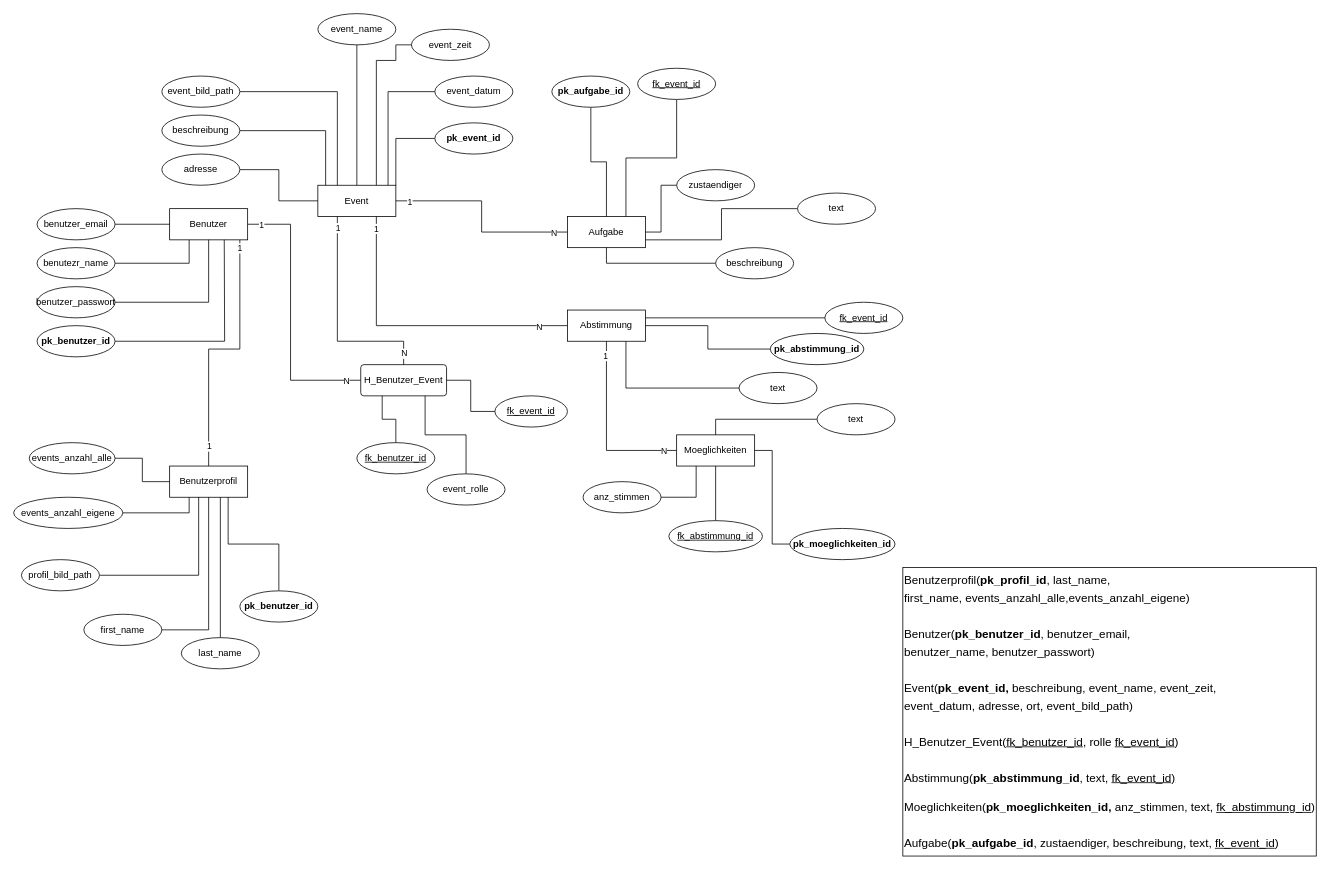
Above: page "ER-Modell" (1 of 2) of Diagramme.drawio in olisonsturm/eventplaner (draw.io), before the change. Source tidied: cells renumbered, new cells numbered last; positions are measured from the earlier drawing's top-left corner, leaving out a move shared by most shapes. Both pictures are drawn from the tidied source at 78%, with x=0, y=0 at pixel (13, 13).
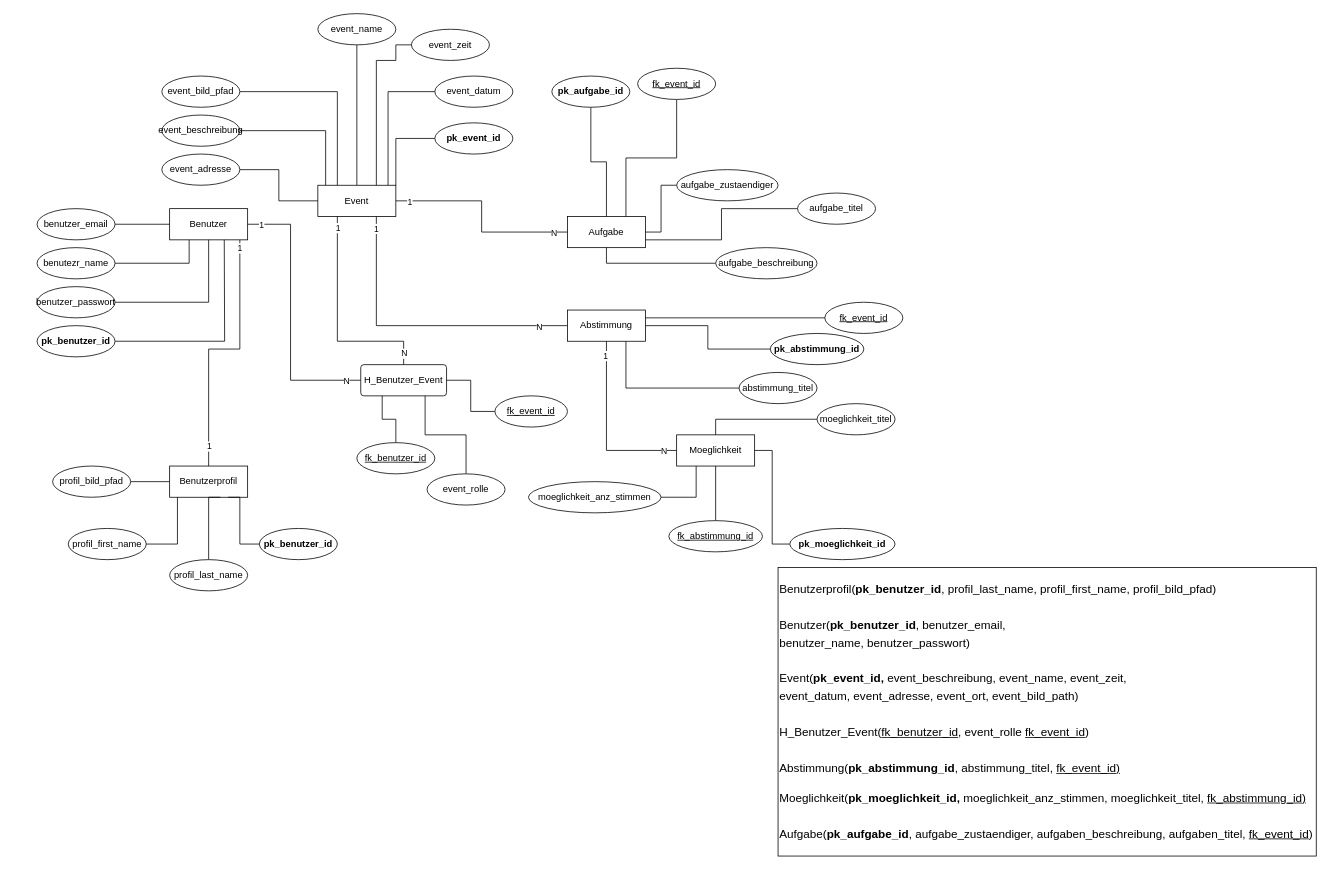
The same page after the edit.

Unchanged cells that the change refers to:
```xml
<mxCell id="14" value="Benutzerprofil" style="whiteSpace=wrap;html=1;align=center;" parent="1" vertex="1">
  <mxGeometry x="200" y="580" width="100" height="40" as="geometry" />
</mxCell>
```

What changed in the source:
```diff
@@
-    <mxCell id="15" style="edgeStyle=orthogonalEdgeStyle;rounded=0;jettySize=auto;html=1;entryX=0;entryY=0.5;entryDx=0;entryDy=0;endArrow=none;endFill=0;" parent="1" edge="1" source="16" target="14">
-      <mxGeometry relative="1" as="geometry" />
-    </mxCell>
-    <mxCell id="16" value="events_anzahl_alle" style="ellipse;whiteSpace=wrap;html=1;align=center;" parent="1" vertex="1">
-      <mxGeometry x="20" y="550" width="110" height="40" as="geometry" />
-    </mxCell>
     <mxCell id="17" style="edgeStyle=orthogonalEdgeStyle;rounded=0;jettySize=auto;html=1;entryX=0.75;entryY=1;entryDx=0;entryDy=0;endArrow=none;endFill=0;" parent="1" edge="1" source="18" target="14">
-      <mxGeometry relative="1" as="geometry" />
+      <mxGeometry relative="1" as="geometry">
+        <Array as="points">
+          <mxPoint x="290" y="680" />
+          <mxPoint x="290" y="620" />
+        </Array>
+      </mxGeometry>
     </mxCell>
     <mxCell id="18" value="&lt;b&gt;pk_benutzer_id&lt;/b&gt;" style="ellipse;whiteSpace=wrap;html=1;align=center;" parent="1" vertex="1">
-      <mxGeometry x="290" y="740" width="100" height="40" as="geometry" />
+      <mxGeometry x="315" y="660" width="100" height="40" as="geometry" />
     </mxCell>
-    <mxCell id="19" style="edgeStyle=orthogonalEdgeStyle;rounded=0;jettySize=auto;html=1;entryX=0.25;entryY=1;entryDx=0;entryDy=0;endArrow=none;endFill=0;" parent="1" edge="1" source="20" target="14">
-      <mxGeometry relative="1" as="geometry" />
-    </mxCell>
-    <mxCell id="20" value="events_anzahl_eigene" style="ellipse;whiteSpace=wrap;html=1;align=center;" parent="1" vertex="1">
-      <mxGeometry y="620" width="140" height="40" as="geometry" />
-    </mxCell>
-    <mxCell id="21" style="edgeStyle=orthogonalEdgeStyle;rounded=0;jettySize=auto;html=1;entryX=0.372;entryY=0.991;entryDx=0;entryDy=0;entryPerimeter=0;endArrow=none;endFill=0;" parent="1" edge="1" source="22" target="14">
-      <mxGeometry relative="1" as="geometry" />
+    <mxCell id="21" style="edgeStyle=orthogonalEdgeStyle;rounded=0;jettySize=auto;html=1;endArrow=none;endFill=0;" parent="1" edge="1" source="22">
+      <mxGeometry relative="1" as="geometry">
+        <mxPoint x="200" y="600" as="targetPoint" />
+        <Array as="points">
+          <mxPoint x="150" y="600" />
+          <mxPoint x="150" y="600" />
+        </Array>
+      </mxGeometry>
     </mxCell>
-    <mxCell id="22" value="profil_bild_path" style="ellipse;whiteSpace=wrap;html=1;align=center;" parent="1" vertex="1">
-      <mxGeometry x="10" y="700" width="100" height="40" as="geometry" />
+    <mxCell id="22" value="profil_bild_pfad" style="ellipse;whiteSpace=wrap;html=1;align=center;" parent="1" vertex="1">
+      <mxGeometry x="50" y="580" width="100" height="40" as="geometry" />
     </mxCell>
-    <mxCell id="23" style="edgeStyle=orthogonalEdgeStyle;rounded=0;jettySize=auto;html=1;entryX=0.5;entryY=1;entryDx=0;entryDy=0;endArrow=none;endFill=0;" parent="1" edge="1" source="24" target="14">
-      <mxGeometry relative="1" as="geometry" />
+    <mxCell id="23" style="edgeStyle=orthogonalEdgeStyle;rounded=0;jettySize=auto;html=1;endArrow=none;endFill=0;" parent="1" edge="1" source="24">
+      <mxGeometry relative="1" as="geometry">
+        <mxPoint x="210" y="620" as="targetPoint" />
+        <Array as="points">
+          <mxPoint x="210" y="680" />
+          <mxPoint x="210" y="620" />
+        </Array>
+      </mxGeometry>
     </mxCell>
-    <mxCell id="24" value="first_name" style="ellipse;whiteSpace=wrap;html=1;align=center;" parent="1" vertex="1">
-      <mxGeometry x="90" y="770" width="100" height="40" as="geometry" />
+    <mxCell id="24" value="profil_first_name" style="ellipse;whiteSpace=wrap;html=1;align=center;" parent="1" vertex="1">
+      <mxGeometry x="70" y="660" width="100" height="40" as="geometry" />
     </mxCell>
     <mxCell id="25" style="edgeStyle=orthogonalEdgeStyle;rounded=0;jettySize=auto;html=1;entryX=0.65;entryY=1;entryDx=0;entryDy=0;entryPerimeter=0;endArrow=none;endFill=0;" parent="1" edge="1" source="26" target="14">
-      <mxGeometry relative="1" as="geometry" />
+      <mxGeometry relative="1" as="geometry">
+        <Array as="points">
+          <mxPoint x="250" y="620" />
+        </Array>
+      </mxGeometry>
     </mxCell>
-    <mxCell id="26" value="last_name" style="ellipse;whiteSpace=wrap;html=1;align=center;" parent="1" vertex="1">
-      <mxGeometry x="215" y="800" width="100" height="40" as="geometry" />
+    <mxCell id="26" value="profil_last_name" style="ellipse;whiteSpace=wrap;html=1;align=center;" parent="1" vertex="1">
+      <mxGeometry x="200" y="700" width="100" height="40" as="geometry" />
     </mxCell>
-    <mxCell id="27" style="edgeStyle=orthogonalEdgeStyle;rounded=0;orthogonalLoop=1;jettySize=auto;html=1;exitX=0.5;exitY=1;exitDx=0;exitDy=0;" parent="1" edge="1" source="16" target="16">
-      <mxGeometry relative="1" as="geometry" />
+    <mxCell id="27" style="edgeStyle=orthogonalEdgeStyle;rounded=0;orthogonalLoop=1;jettySize=auto;html=1;exitX=0.5;exitY=1;exitDx=0;exitDy=0;" parent="1" edge="1">
+      <mxGeometry relative="1" as="geometry">
+        <mxPoint x="75" y="590" as="sourcePoint" />
+        <mxPoint x="75" y="590" as="targetPoint" />
+      </mxGeometry>
     </mxCell>
@@
-    <mxCell id="40" value="adresse" style="ellipse;whiteSpace=wrap;html=1;align=center;" parent="1" vertex="1">
+    <mxCell id="40" value="event_adresse" style="ellipse;whiteSpace=wrap;html=1;align=center;" parent="1" vertex="1">
       <mxGeometry x="190" y="180" width="100" height="40" as="geometry" />
     </mxCell>
@@
-    <mxCell id="46" value="beschreibung" style="ellipse;whiteSpace=wrap;html=1;align=center;" parent="1" vertex="1">
+    <mxCell id="46" value="event_beschreibung" style="ellipse;whiteSpace=wrap;html=1;align=center;" parent="1" vertex="1">
       <mxGeometry x="190" y="130" width="100" height="40" as="geometry" />
     </mxCell>
@@
-    <mxCell id="48" value="event_bild_path" style="ellipse;whiteSpace=wrap;html=1;align=center;" parent="1" vertex="1">
+    <mxCell id="48" value="event_bild_pfad" style="ellipse;whiteSpace=wrap;html=1;align=center;" parent="1" vertex="1">
       <mxGeometry x="190" y="80" width="100" height="40" as="geometry" />
     </mxCell>
@@
-    <mxCell id="72" value="Moeglichkeiten" style="whiteSpace=wrap;html=1;align=center;" parent="1" vertex="1">
+    <mxCell id="72" value="Moeglichkeit" style="whiteSpace=wrap;html=1;align=center;" parent="1" vertex="1">
       <mxGeometry x="850" y="540" width="100" height="40" as="geometry" />
     </mxCell>
@@
-    <mxCell id="76" value="&lt;b&gt;pk_moeglichkeiten_id&lt;/b&gt;" style="ellipse;whiteSpace=wrap;html=1;align=center;" parent="1" vertex="1">
+    <mxCell id="76" value="&lt;b&gt;pk_moeglichkeit_id&lt;/b&gt;" style="ellipse;whiteSpace=wrap;html=1;align=center;" parent="1" vertex="1">
       <mxGeometry x="995" y="660" width="135" height="40" as="geometry" />
     </mxCell>
@@
-    <mxCell id="78" value="text" style="ellipse;whiteSpace=wrap;html=1;align=center;" parent="1" vertex="1">
+    <mxCell id="78" value="abstimmung_titel" style="ellipse;whiteSpace=wrap;html=1;align=center;" parent="1" vertex="1">
       <mxGeometry x="930" y="460" width="100" height="40" as="geometry" />
     </mxCell>
@@
-    <mxCell id="80" value="zustaendiger" style="ellipse;whiteSpace=wrap;html=1;align=center;" parent="1" vertex="1">
-      <mxGeometry x="850" y="200" width="100" height="40" as="geometry" />
+    <mxCell id="80" value="aufgabe_zustaendiger" style="ellipse;whiteSpace=wrap;html=1;align=center;" parent="1" vertex="1">
+      <mxGeometry x="850" y="200" width="130" height="40" as="geometry" />
     </mxCell>
@@
-    <mxCell id="82" value="text" style="ellipse;whiteSpace=wrap;html=1;align=center;" parent="1" vertex="1">
+    <mxCell id="82" value="aufgabe_titel" style="ellipse;whiteSpace=wrap;html=1;align=center;" parent="1" vertex="1">
       <mxGeometry x="1005" y="230" width="100" height="40" as="geometry" />
     </mxCell>
@@
-    <mxCell id="84" value="beschreibung" style="ellipse;whiteSpace=wrap;html=1;align=center;" parent="1" vertex="1">
-      <mxGeometry x="900" y="300" width="100" height="40" as="geometry" />
+    <mxCell id="84" value="aufgabe_beschreibung" style="ellipse;whiteSpace=wrap;html=1;align=center;" parent="1" vertex="1">
+      <mxGeometry x="900" y="300" width="130" height="40" as="geometry" />
     </mxCell>
@@
-    <mxCell id="86" value="anz_stimmen" style="ellipse;whiteSpace=wrap;html=1;align=center;" parent="1" vertex="1">
-      <mxGeometry x="730" y="600" width="100" height="40" as="geometry" />
+    <mxCell id="86" value="moeglichkeit_anz_stimmen" style="ellipse;whiteSpace=wrap;html=1;align=center;" parent="1" vertex="1">
+      <mxGeometry x="660" y="600" width="170" height="40" as="geometry" />
     </mxCell>
-    <mxCell id="87" value="&lt;pre style=&quot;font-size: 15px ; line-height: 140%&quot;&gt;&lt;font face=&quot;Helvetica&quot; style=&quot;font-size: 15px&quot;&gt;&lt;font style=&quot;font-size: 15px&quot;&gt;Benutzerprofil(&lt;b style=&quot;font-size: 15px&quot;&gt;pk_profil_id&lt;/b&gt;, last_name,&lt;br style=&quot;font-size: 15px&quot;&gt;&lt;/font&gt;&lt;font style=&quot;font-size: 15px&quot;&gt;first_name, events_anzahl_alle,events_anzahl_eigene) &lt;/font&gt;&lt;font style=&quot;font-size: 15px&quot;&gt;&lt;br style=&quot;font-size: 15px&quot;&gt;&lt;/font&gt;&lt;font style=&quot;font-size: 15px&quot;&gt;&lt;br style=&quot;font-size: 15px&quot;&gt;&lt;/font&gt;&lt;font style=&quot;font-size: 15px&quot;&gt;Benutzer(&lt;b style=&quot;font-size: 15px&quot;&gt;pk_benutzer_id&lt;/b&gt;, benutzer_email,&lt;br style=&quot;font-size: 15px&quot;&gt;&lt;/font&gt;&lt;span style=&quot;font-size: 15px&quot;&gt;benutzer_name, benutzer_passwort)&lt;/span&gt;&lt;font style=&quot;font-size: 15px&quot;&gt;&lt;br style=&quot;font-size: 15px&quot;&gt;&lt;/font&gt;&lt;font style=&quot;font-size: 15px&quot;&gt;&lt;br style=&quot;font-size: 15px&quot;&gt;&lt;/font&gt;&lt;font style=&quot;font-size: 15px&quot;&gt;Event(&lt;b style=&quot;font-size: 15px&quot;&gt;pk_event_id, &lt;/b&gt;beschreibung, event_name, event_zeit,&lt;br style=&quot;font-size: 15px&quot;&gt;&lt;/font&gt;&lt;font style=&quot;font-size: 15px&quot;&gt;event_datum, adresse, ort, event_bild_path)&lt;/font&gt;&lt;font style=&quot;font-size: 15px&quot;&gt;&lt;br style=&quot;font-size: 15px&quot;&gt;&lt;/font&gt;&lt;font style=&quot;font-size: 15px&quot;&gt;&lt;br style=&quot;font-size: 15px&quot;&gt;&lt;/font&gt;&lt;font style=&quot;font-size: 15px&quot;&gt;H_Benutzer_Event(&lt;u style=&quot;font-size: 15px&quot;&gt;fk_benutzer_id&lt;/u&gt;, rolle &lt;u style=&quot;font-size: 15px&quot;&gt;fk_event_id&lt;/u&gt;)&lt;/font&gt;&lt;font style=&quot;font-size: 15px&quot;&gt;&lt;br style=&quot;font-size: 15px&quot;&gt;&lt;/font&gt;&lt;font style=&quot;font-size: 15px&quot;&gt;&lt;br style=&quot;font-size: 15px&quot;&gt;&lt;/font&gt;&lt;font style=&quot;font-size: 15px&quot;&gt;Abstimmung(&lt;b style=&quot;font-size: 15px&quot;&gt;pk_abstimmung_id&lt;/b&gt;, text, &lt;u style=&quot;font-size: 15px&quot;&gt;fk_event_id)&lt;/u&gt;&lt;/font&gt;&lt;/font&gt;&lt;/pre&gt;&lt;pre style=&quot;font-size: 15px ; line-height: 140%&quot;&gt;&lt;font face=&quot;Helvetica&quot; style=&quot;font-size: 15px&quot;&gt;&lt;font style=&quot;font-size: 15px&quot;&gt;Moeglichkeiten(&lt;b style=&quot;font-size: 15px&quot;&gt;pk_moeglichkeiten_id, &lt;/b&gt;anz_stimmen, text, &lt;u style=&quot;font-size: 15px&quot;&gt;fk_abstimmung_id)&lt;br style=&quot;font-size: 15px&quot;&gt;&lt;/u&gt;&lt;/font&gt;&lt;font style=&quot;font-size: 15px&quot;&gt;&lt;br style=&quot;font-size: 15px&quot;&gt;&lt;/font&gt;&lt;font style=&quot;font-size: 15px&quot;&gt;Aufgabe(&lt;b style=&quot;font-size: 15px&quot;&gt;pk_aufgabe_id&lt;/b&gt;, zustaendiger, beschreibung, text, &lt;u style=&quot;font-size: 15px&quot;&gt;fk_event_id&lt;/u&gt;)&lt;/font&gt;&lt;/font&gt;&lt;/pre&gt;" style="whiteSpace=wrap;html=1;align=left;fontSize=15;rounded=0;shadow=0;sketch=0;" parent="1" vertex="1">
-      <mxGeometry x="1140" y="710" width="530" height="370" as="geometry" />
+    <mxCell id="87" value="&lt;pre style=&quot;font-size: 15px ; line-height: 140%&quot;&gt;&lt;font face=&quot;Helvetica&quot; style=&quot;font-size: 15px&quot;&gt;&lt;font style=&quot;font-size: 15px&quot;&gt;Benutzerprofil(&lt;b style=&quot;font-size: 15px&quot;&gt;pk_benutzer_id&lt;/b&gt;, profil_last_name, profil_&lt;/font&gt;&lt;font style=&quot;font-size: 15px&quot;&gt;first_name, profil_bild_pfad) &lt;/font&gt;&lt;font style=&quot;font-size: 15px&quot;&gt;&lt;br style=&quot;font-size: 15px&quot;&gt;&lt;/font&gt;&lt;font style=&quot;font-size: 15px&quot;&gt;&lt;br style=&quot;font-size: 15px&quot;&gt;&lt;/font&gt;&lt;font style=&quot;font-size: 15px&quot;&gt;Benutzer(&lt;b style=&quot;font-size: 15px&quot;&gt;pk_benutzer_id&lt;/b&gt;, benutzer_email,&lt;br style=&quot;font-size: 15px&quot;&gt;&lt;/font&gt;&lt;span style=&quot;font-size: 15px&quot;&gt;benutzer_name, benutzer_passwort)&lt;/span&gt;&lt;font style=&quot;font-size: 15px&quot;&gt;&lt;br style=&quot;font-size: 15px&quot;&gt;&lt;/font&gt;&lt;font style=&quot;font-size: 15px&quot;&gt;&lt;br style=&quot;font-size: 15px&quot;&gt;&lt;/font&gt;&lt;font style=&quot;font-size: 15px&quot;&gt;Event(&lt;b style=&quot;font-size: 15px&quot;&gt;pk_event_id, &lt;/b&gt;&lt;span style=&quot;font-size: 15px&quot;&gt;event_&lt;/span&gt;beschreibung, event_name, event_zeit,&lt;br style=&quot;font-size: 15px&quot;&gt;&lt;/font&gt;&lt;font style=&quot;font-size: 15px&quot;&gt;event_datum, event_adresse, event_ort, event_bild_path)&lt;/font&gt;&lt;font style=&quot;font-size: 15px&quot;&gt;&lt;br style=&quot;font-size: 15px&quot;&gt;&lt;/font&gt;&lt;font style=&quot;font-size: 15px&quot;&gt;&lt;br style=&quot;font-size: 15px&quot;&gt;&lt;/font&gt;&lt;font style=&quot;font-size: 15px&quot;&gt;H_Benutzer_Event(&lt;u style=&quot;font-size: 15px&quot;&gt;fk_benutzer_id&lt;/u&gt;, event_rolle &lt;u style=&quot;font-size: 15px&quot;&gt;fk_event_id&lt;/u&gt;)&lt;/font&gt;&lt;font style=&quot;font-size: 15px&quot;&gt;&lt;br style=&quot;font-size: 15px&quot;&gt;&lt;/font&gt;&lt;font style=&quot;font-size: 15px&quot;&gt;&lt;br style=&quot;font-size: 15px&quot;&gt;&lt;/font&gt;&lt;font style=&quot;font-size: 15px&quot;&gt;Abstimmung(&lt;b style=&quot;font-size: 15px&quot;&gt;pk_abstimmung_id&lt;/b&gt;, abstimmung_titel, &lt;u style=&quot;font-size: 15px&quot;&gt;fk_event_id)&lt;/u&gt;&lt;/font&gt;&lt;/font&gt;&lt;/pre&gt;&lt;pre style=&quot;font-size: 15px ; line-height: 140%&quot;&gt;&lt;font face=&quot;Helvetica&quot; style=&quot;font-size: 15px&quot;&gt;&lt;font style=&quot;font-size: 15px&quot;&gt;Moeglichkeit(&lt;span style=&quot;font-size: 15px&quot;&gt;&lt;b&gt;pk_moeglichkeit_id, &lt;/b&gt;moeglichkeit_&lt;/span&gt;anz_stimmen, moeglichkeit_titel, &lt;u style=&quot;font-size: 15px&quot;&gt;fk_abstimmung_id)&lt;br style=&quot;font-size: 15px&quot;&gt;&lt;/u&gt;&lt;/font&gt;&lt;font style=&quot;font-size: 15px&quot;&gt;&lt;br style=&quot;font-size: 15px&quot;&gt;&lt;/font&gt;&lt;font style=&quot;font-size: 15px&quot;&gt;Aufgabe(&lt;b style=&quot;font-size: 15px&quot;&gt;pk_aufgabe_id&lt;/b&gt;, aufgabe_zustaendiger, aufgaben_beschreibung, aufgaben_titel, &lt;u style=&quot;font-size: 15px&quot;&gt;fk_event_id&lt;/u&gt;)&lt;/font&gt;&lt;/font&gt;&lt;/pre&gt;" style="whiteSpace=wrap;html=1;align=left;fontSize=15;rounded=0;shadow=0;sketch=0;" parent="1" vertex="1">
+      <mxGeometry x="980" y="710" width="690" height="370" as="geometry" />
     </mxCell>
@@
-    <mxCell id="92" value="text" style="ellipse;whiteSpace=wrap;html=1;align=center;" parent="1" vertex="1">
+    <mxCell id="92" value="moeglichkeit_titel" style="ellipse;whiteSpace=wrap;html=1;align=center;" parent="1" vertex="1">
       <mxGeometry x="1030" y="500" width="100" height="40" as="geometry" />
     </mxCell>
```
